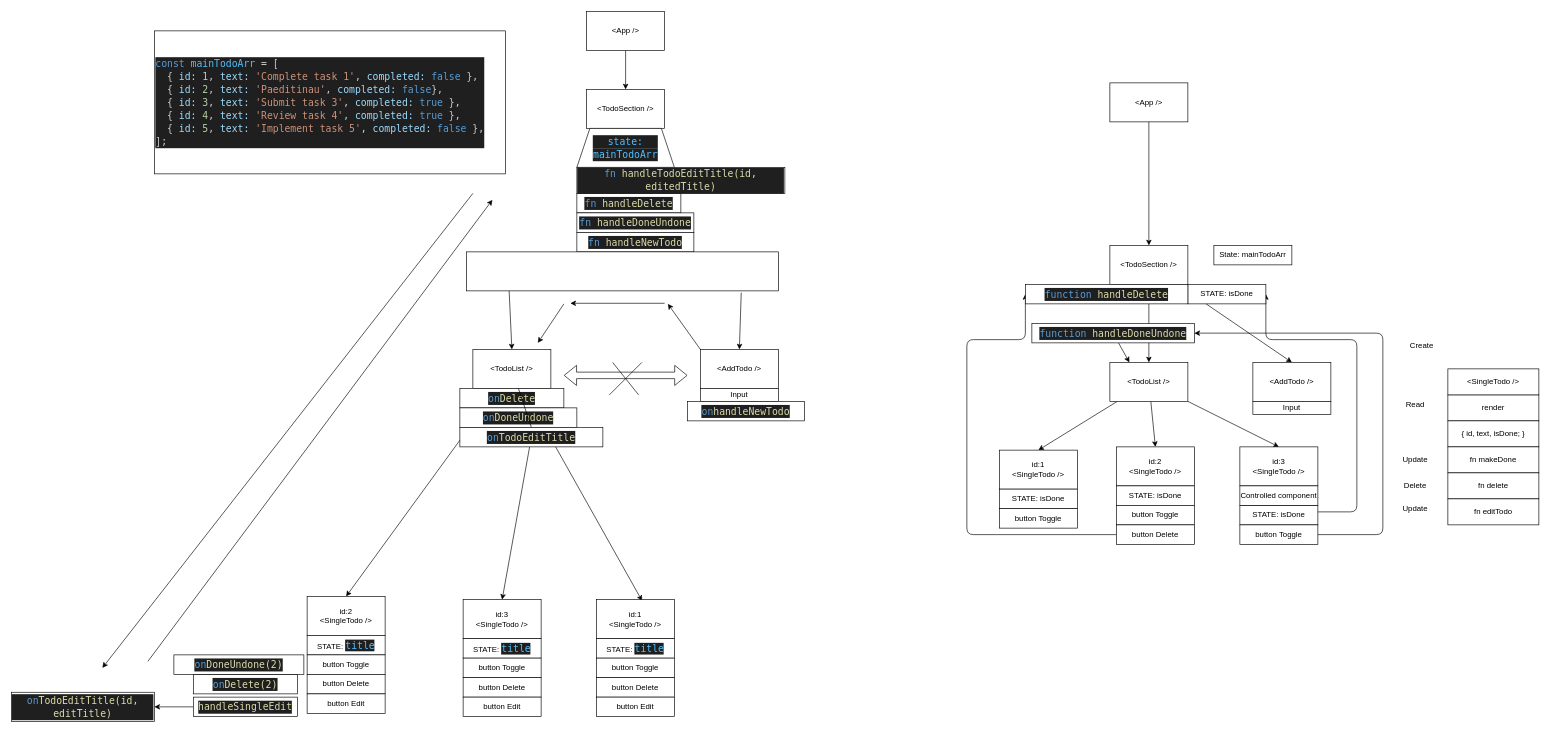
Earlier version of the draw.io diagram todo.drawio (MariusCodeAcademy/type19_06_todo_crud_app). Source tidied: cells renumbered, new cells numbered last; positions are measured from the earlier drawing's top-left corner, leaving out a move shared by most shapes. Both pictures are drawn from the tidied source at 65%, with x=0, y=0 at pixel (11, 11).
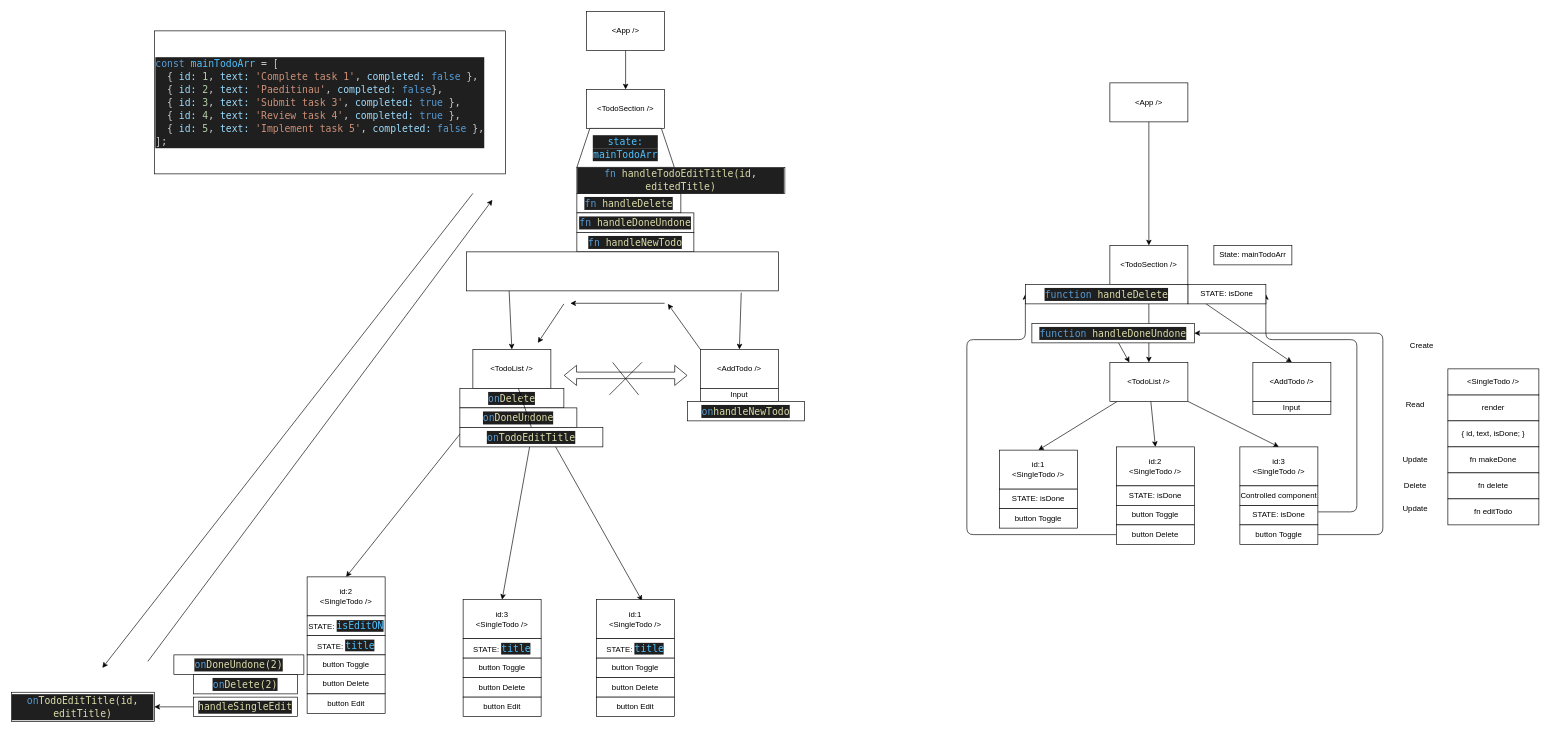
The same diagram, later.

What changed in the source:
```diff
@@
     <mxCell id="59" value="id:2&lt;br&gt;&amp;lt;SingleTodo /&amp;gt;" style="rounded=0;whiteSpace=wrap;html=1;" parent="1" vertex="1">
-      <mxGeometry x="455" y="900" width="120" height="60" as="geometry" />
+      <mxGeometry x="455" y="870" width="120" height="60" as="geometry" />
     </mxCell>
@@
+    <mxCell id="94" value="STATE:&amp;nbsp;&lt;span style=&quot;color: rgb(79, 193, 255); background-color: rgb(31, 31, 31); font-family: &amp;quot;Cascadia code PL&amp;quot;, Menlo, Monaco, &amp;quot;Courier New&amp;quot;, monospace, Consolas, &amp;quot;Courier New&amp;quot;, monospace; font-size: 15px;&quot;&gt;isEditON&lt;/span&gt;" style="rounded=0;whiteSpace=wrap;html=1;" parent="1" vertex="1">
+      <mxGeometry x="455" y="930" width="120" height="30" as="geometry" />
+    </mxCell>
```
